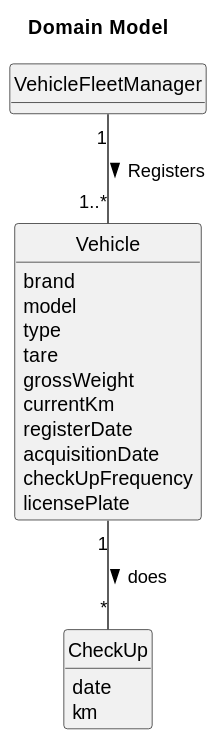
This is docs/sprint2/us08/02.analysis/svg/us08-domain-model.svg from Departamento-de-Engenharia-Informatica/lei-24-s2-1db-g022, a PlantUML export, as it was before one commit.
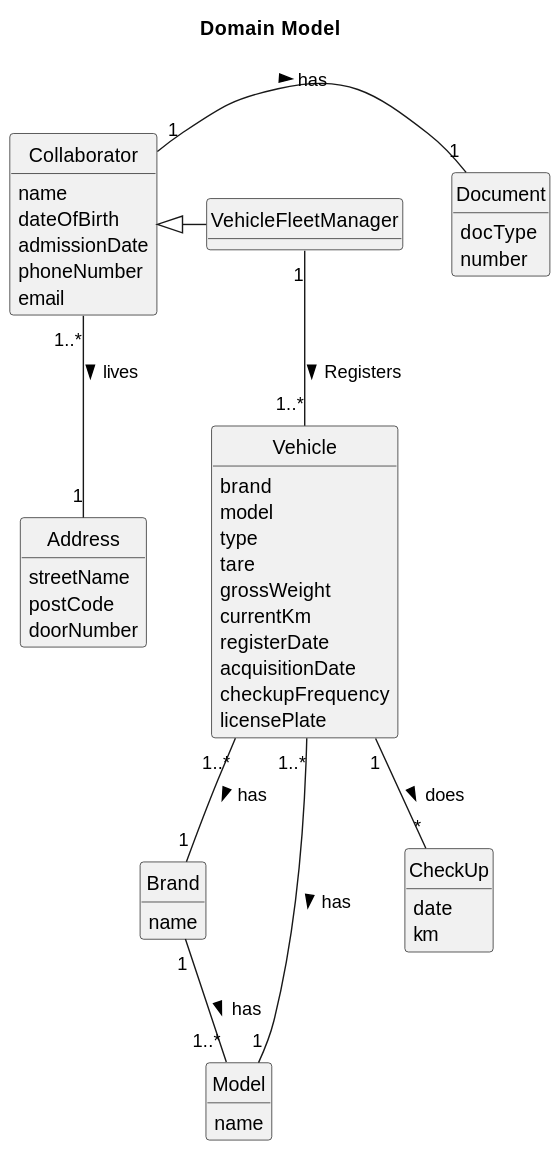
Later version of the same file.

Commit message:
Corretion in US04 and US08 domain model and Class diagram

What changed in the source:
```diff
@@ -14,7 +14,24 @@
 
 }
 
+class Collaborator {
+    name
+    dateOfBirth
+    admissionDate
+    phoneNumber
+    email
+}
 
+class Document{
+    docType
+    number
+}
+
+class Address {
+    streetName
+    postCode
+    doorNumber
+}
 
 
 class Vehicle{
@@ -26,8 +43,15 @@
     currentKm
     registerDate
     acquisitionDate
-    checkUpFrequency
+    checkupFrequency
     licensePlate
+}
+class Brand{
+    name
+}
+
+class Model{
+    name
 }
 
 class CheckUp{
@@ -37,9 +61,15 @@
 
 
 
+Collaborator "1" - "1" Document : has >
 
+Collaborator "1..*" -- "1" Address : lives >
+Collaborator <|- VehicleFleetManager
 
 Vehicle "1" -- "*" CheckUp :  does >
 VehicleFleetManager "1" -- "1..*" Vehicle : Registers >
+Vehicle "1..*" -- "1" Brand : has >
+Brand "1" -- "1..*" Model : has >
 
+Vehicle "1..*" -- "1" Model :  has >
 @enduml
```
